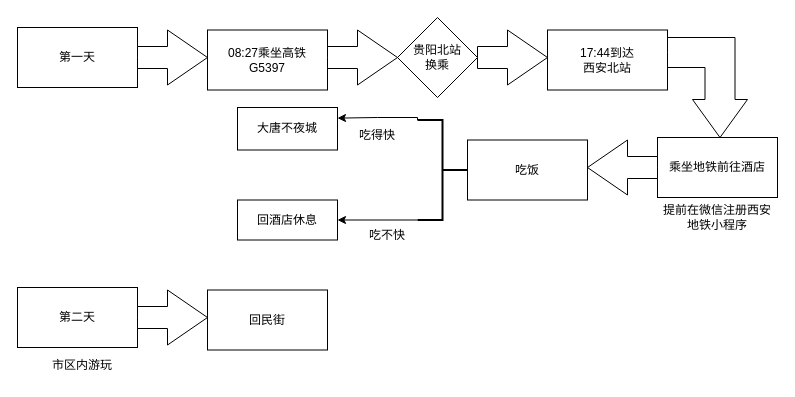
Before: Xi'an.drawio in stanic11/2048-Alphabeta-Pruning, a draw.io diagram. Source tidied: cells renumbered, new cells numbered last; positions are measured from the earlier drawing's top-left corner, leaving out a move shared by most shapes. Both pictures are drawn from the tidied source at 100%, with x=0, y=0 at pixel (17, 17).
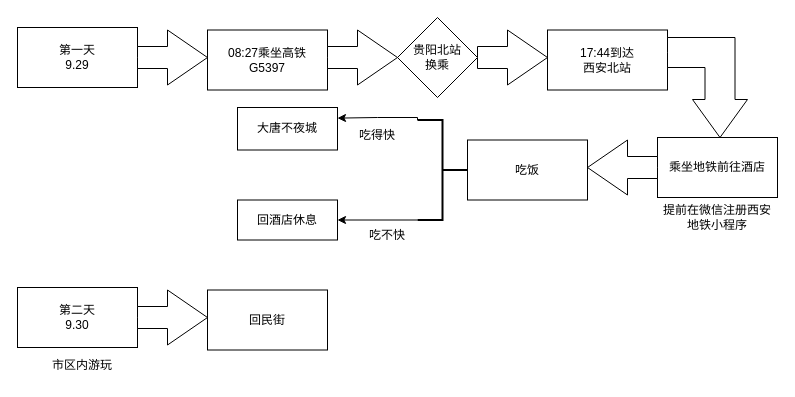
Above is the later version.

What changed in the source:
```diff
@@
-    <mxCell id="2" value="第一天" style="rounded=0;whiteSpace=wrap;html=1;" parent="1" vertex="1">
+    <mxCell id="2" value="第一天&lt;br&gt;9.29" style="rounded=0;whiteSpace=wrap;html=1;" parent="1" vertex="1">
       <mxGeometry y="10" width="120" height="60" as="geometry" />
     </mxCell>
@@
-    <mxCell id="21" value="第二天" style="rounded=0;whiteSpace=wrap;html=1;" parent="1" vertex="1">
+    <mxCell id="21" value="第二天&lt;br&gt;9.30" style="rounded=0;whiteSpace=wrap;html=1;" parent="1" vertex="1">
       <mxGeometry y="270" width="120" height="60" as="geometry" />
     </mxCell>
```
